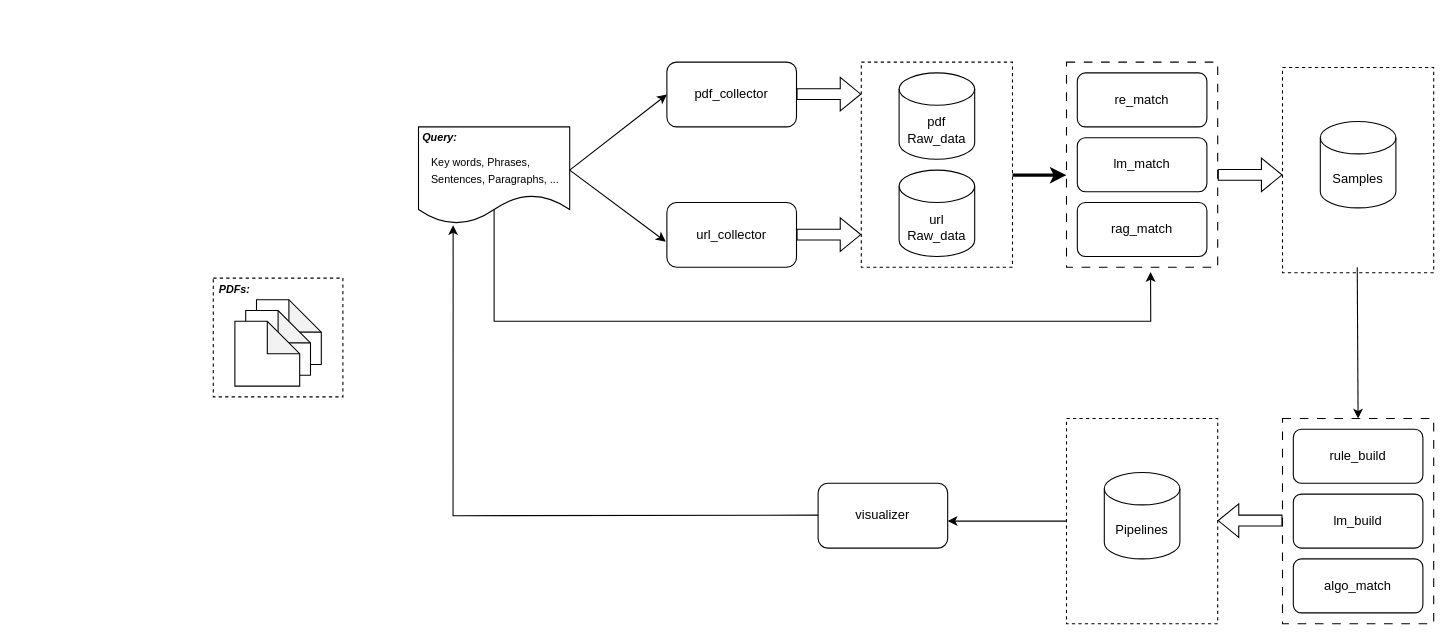
Before: docs/files/data-pipeline.drawio in AgenticFinLab/FinMycelium, a draw.io diagram. Source tidied: cells renumbered, new cells numbered last; positions are measured from the earlier drawing's top-left corner, leaving out a move shared by most shapes. Both pictures are drawn from the tidied source at 108%, with x=0, y=0 at pixel (213, 62).
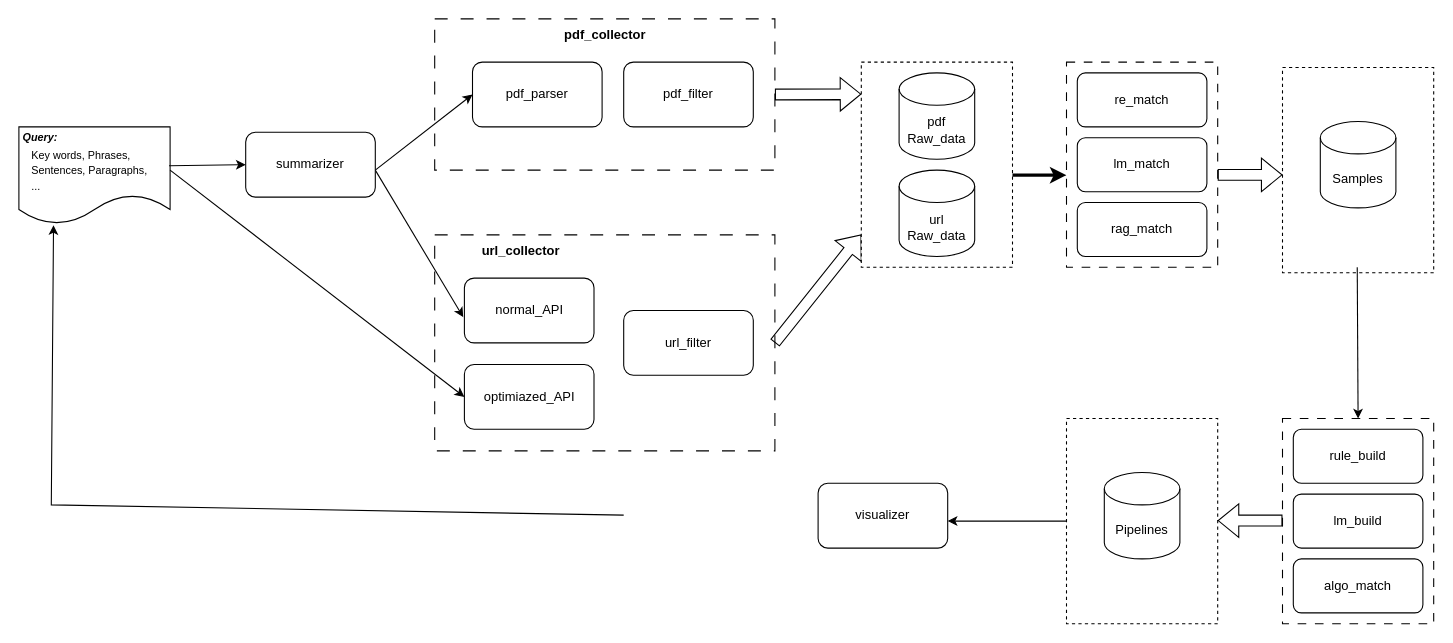
The same diagram, later.

Commit message:
polish: revise and improve the pipeline draw

Unchanged cells that the change refers to:
```xml
<mxCell id="20" style="rounded=0;whiteSpace=wrap;html=1;dashed=1;dashPattern=8 8;" parent="1" vertex="1">
  <mxGeometry x="790" width="140" height="190" as="geometry" />
</mxCell>
```

Change to the diagram source:
```diff
@@
-    <mxCell id="2" style="rounded=0;whiteSpace=wrap;html=1;dashed=1;" parent="1" vertex="1">
-      <mxGeometry y="200" width="120" height="110" as="geometry" />
-    </mxCell>
-    <mxCell id="3" value="&lt;font style=&quot;font-size: 10px;&quot;&gt;&lt;b&gt;&lt;i&gt;PDFs:&lt;/i&gt;&lt;/b&gt;&lt;/font&gt;" style="text;html=1;align=center;verticalAlign=middle;whiteSpace=wrap;rounded=0;" parent="1" vertex="1">
-      <mxGeometry y="200" width="40" height="20" as="geometry" />
-    </mxCell>
+    <mxCell id="39" style="rounded=0;whiteSpace=wrap;html=1;dashed=1;dashPattern=12 12;" parent="1" vertex="1">
+      <mxGeometry x="205" y="160" width="315" height="200" as="geometry" />
+    </mxCell>
+    <mxCell id="40" style="rounded=0;whiteSpace=wrap;html=1;dashed=1;dashPattern=12 12;" parent="1" vertex="1">
+      <mxGeometry x="205" y="-40" width="315" height="140" as="geometry" />
+    </mxCell>
     <mxCell id="4" style="shape=document;whiteSpace=wrap;html=1;boundedLbl=1;" parent="1" vertex="1">
-      <mxGeometry x="190" y="60" width="140" height="90" as="geometry" />
+      <mxGeometry x="-180" y="60" width="140" height="90" as="geometry" />
     </mxCell>
     <mxCell id="5" value="&lt;font style=&quot;font-size: 10px;&quot;&gt;&lt;b&gt;&lt;i&gt;Query:&lt;/i&gt;&lt;/b&gt;&lt;/font&gt;" style="text;html=1;align=center;verticalAlign=middle;whiteSpace=wrap;rounded=0;" parent="1" vertex="1">
-      <mxGeometry x="190" y="60" width="40" height="20" as="geometry" />
+      <mxGeometry x="-180" y="60" width="40" height="20" as="geometry" />
     </mxCell>
     <mxCell id="6" value="&lt;font style=&quot;font-size: 10px;&quot;&gt;Key words, Phrases,&amp;nbsp;&lt;/font&gt;&lt;div&gt;&lt;font style=&quot;font-size: 10px;&quot;&gt;Sentences, Paragraphs, ...&lt;/font&gt;&lt;/div&gt;" style="text;html=1;align=left;verticalAlign=middle;whiteSpace=wrap;rounded=0;" parent="1" vertex="1">
-      <mxGeometry x="200" y="80" width="140" height="40" as="geometry" />
+      <mxGeometry x="-170" y="80" width="120" height="40" as="geometry" />
     </mxCell>
-    <mxCell id="7" style="shape=note;whiteSpace=wrap;html=1;backgroundOutline=1;darkOpacity=0.05;" parent="1" vertex="1">
-      <mxGeometry x="40" y="220" width="60" height="60" as="geometry" />
-    </mxCell>
-    <mxCell id="8" style="shape=note;whiteSpace=wrap;html=1;backgroundOutline=1;darkOpacity=0.05;" parent="1" vertex="1">
-      <mxGeometry x="30" y="230" width="60" height="60" as="geometry" />
-    </mxCell>
-    <mxCell id="9" style="shape=note;whiteSpace=wrap;html=1;backgroundOutline=1;darkOpacity=0.05;" parent="1" vertex="1">
-      <mxGeometry x="20" y="240" width="60" height="60" as="geometry" />
-    </mxCell>
     <mxCell id="10" style="endArrow=classic;html=1;rounded=0;" parent="1" edge="1">
       <mxGeometry relative="1" as="geometry">
-        <mxPoint x="330" y="100" as="sourcePoint" />
-        <mxPoint x="420" y="30" as="targetPoint" />
+        <mxPoint x="150" y="100" as="sourcePoint" />
+        <mxPoint x="240" y="30" as="targetPoint" />
       </mxGeometry>
     </mxCell>
-    <mxCell id="11" value="pdf_collector" style="rounded=1;whiteSpace=wrap;html=1;" parent="1" vertex="1">
-      <mxGeometry x="420" width="120" height="60" as="geometry" />
+    <mxCell id="11" value="pdf_parser" style="rounded=1;whiteSpace=wrap;html=1;" parent="1" vertex="1">
+      <mxGeometry x="240" width="120" height="60" as="geometry" />
     </mxCell>
     <mxCell id="12" style="endArrow=classic;html=1;rounded=0;entryX=-0.009;entryY=0.603;entryDx=0;entryDy=0;entryPerimeter=0;" parent="1" edge="1" target="13">
       <mxGeometry relative="1" as="geometry">
-        <mxPoint x="330" y="100" as="sourcePoint" />
+        <mxPoint x="150" y="100" as="sourcePoint" />
       </mxGeometry>
     </mxCell>
-    <mxCell id="13" value="url_collector" style="rounded=1;whiteSpace=wrap;html=1;" parent="1" vertex="1">
-      <mxGeometry x="420" y="130" width="120" height="60" as="geometry" />
+    <mxCell id="13" value="normal_API" style="rounded=1;whiteSpace=wrap;html=1;" parent="1" vertex="1">
+      <mxGeometry x="232.5" y="200" width="120" height="60" as="geometry" />
     </mxCell>
-    <mxCell id="14" style="shape=flexArrow;endArrow=classic;html=1;rounded=0;" parent="1" edge="1">
+    <mxCell id="14" style="shape=flexArrow;endArrow=classic;html=1;rounded=0;exitX=1;exitY=0.5;exitDx=0;exitDy=0;" parent="1" edge="1" source="40">
       <mxGeometry relative="1" as="geometry">
-        <mxPoint x="540" y="29.7" as="sourcePoint" />
         <mxPoint x="600" y="29.7" as="targetPoint" />
       </mxGeometry>
     </mxCell>
-    <mxCell id="15" style="shape=flexArrow;endArrow=classic;html=1;rounded=0;" parent="1" edge="1">
+    <mxCell id="15" style="shape=flexArrow;endArrow=classic;html=1;rounded=0;exitX=1;exitY=0.5;exitDx=0;exitDy=0;" parent="1" edge="1" source="39">
       <mxGeometry relative="1" as="geometry">
-        <mxPoint x="540" y="159.7" as="sourcePoint" />
         <mxPoint x="600" y="159.7" as="targetPoint" />
       </mxGeometry>
     </mxCell>
@@
-    <mxCell id="27" style="endArrow=classic;html=1;rounded=0;exitX=0.5;exitY=0.852;exitDx=0;exitDy=0;exitPerimeter=0;entryX=0.556;entryY=1.023;entryDx=0;entryDy=0;entryPerimeter=0;" parent="1" edge="1" source="4" target="20">
-      <mxGeometry relative="1" as="geometry">
-        <Array as="points">
-          <mxPoint x="260" y="240" />
-          <mxPoint x="868" y="240" />
-        </Array>
-      </mxGeometry>
-    </mxCell>
@@
     <mxCell id="38" style="endArrow=classic;html=1;rounded=0;exitX=0;exitY=0.5;exitDx=0;exitDy=0;entryX=0.229;entryY=1.011;entryDx=0;entryDy=0;entryPerimeter=0;" parent="1" edge="1" target="4">
       <mxGeometry relative="1" as="geometry">
-        <mxPoint x="560" y="419.5" as="sourcePoint" />
+        <mxPoint x="380" y="419.5" as="sourcePoint" />
         <Array as="points">
-          <mxPoint x="222" y="420" />
+          <mxPoint x="-150" y="410" />
         </Array>
       </mxGeometry>
     </mxCell>
+    <mxCell id="41" value="summarizer" style="rounded=1;whiteSpace=wrap;html=1;" parent="1" vertex="1">
+      <mxGeometry x="30" y="65" width="120" height="60" as="geometry" />
+    </mxCell>
+    <mxCell id="42" style="endArrow=classic;html=1;rounded=0;entryX=0;entryY=0.5;entryDx=0;entryDy=0;exitX=0.993;exitY=0.399;exitDx=0;exitDy=0;exitPerimeter=0;" parent="1" edge="1" source="4" target="41">
+      <mxGeometry relative="1" as="geometry" />
+    </mxCell>
+    <mxCell id="43" value="pdf_filter" style="rounded=1;whiteSpace=wrap;html=1;" parent="1" vertex="1">
+      <mxGeometry x="380" width="120" height="60" as="geometry" />
+    </mxCell>
+    <mxCell id="44" value="&lt;b&gt;pdf_collector&lt;/b&gt;" style="text;html=1;align=center;verticalAlign=middle;whiteSpace=wrap;rounded=0;" parent="1" vertex="1">
+      <mxGeometry x="317.5" y="-40" width="90" height="30" as="geometry" />
+    </mxCell>
+    <mxCell id="45" value="&lt;b&gt;url_collector&lt;/b&gt;" style="text;html=1;align=center;verticalAlign=middle;whiteSpace=wrap;rounded=0;" parent="1" vertex="1">
+      <mxGeometry x="240" y="160" width="90" height="30" as="geometry" />
+    </mxCell>
+    <mxCell id="46" value="optimiazed_API" style="rounded=1;whiteSpace=wrap;html=1;" parent="1" vertex="1">
+      <mxGeometry x="232.5" y="280" width="120" height="60" as="geometry" />
+    </mxCell>
+    <mxCell id="47" style="endArrow=classic;html=1;rounded=0;entryX=0;entryY=0.5;entryDx=0;entryDy=0;" parent="1" edge="1" target="46">
+      <mxGeometry relative="1" as="geometry">
+        <mxPoint x="-40" y="100" as="sourcePoint" />
+      </mxGeometry>
+    </mxCell>
+    <mxCell id="48" value="url_filter" style="rounded=1;whiteSpace=wrap;html=1;" parent="1" vertex="1">
+      <mxGeometry x="380" y="230" width="120" height="60" as="geometry" />
+    </mxCell>
```
